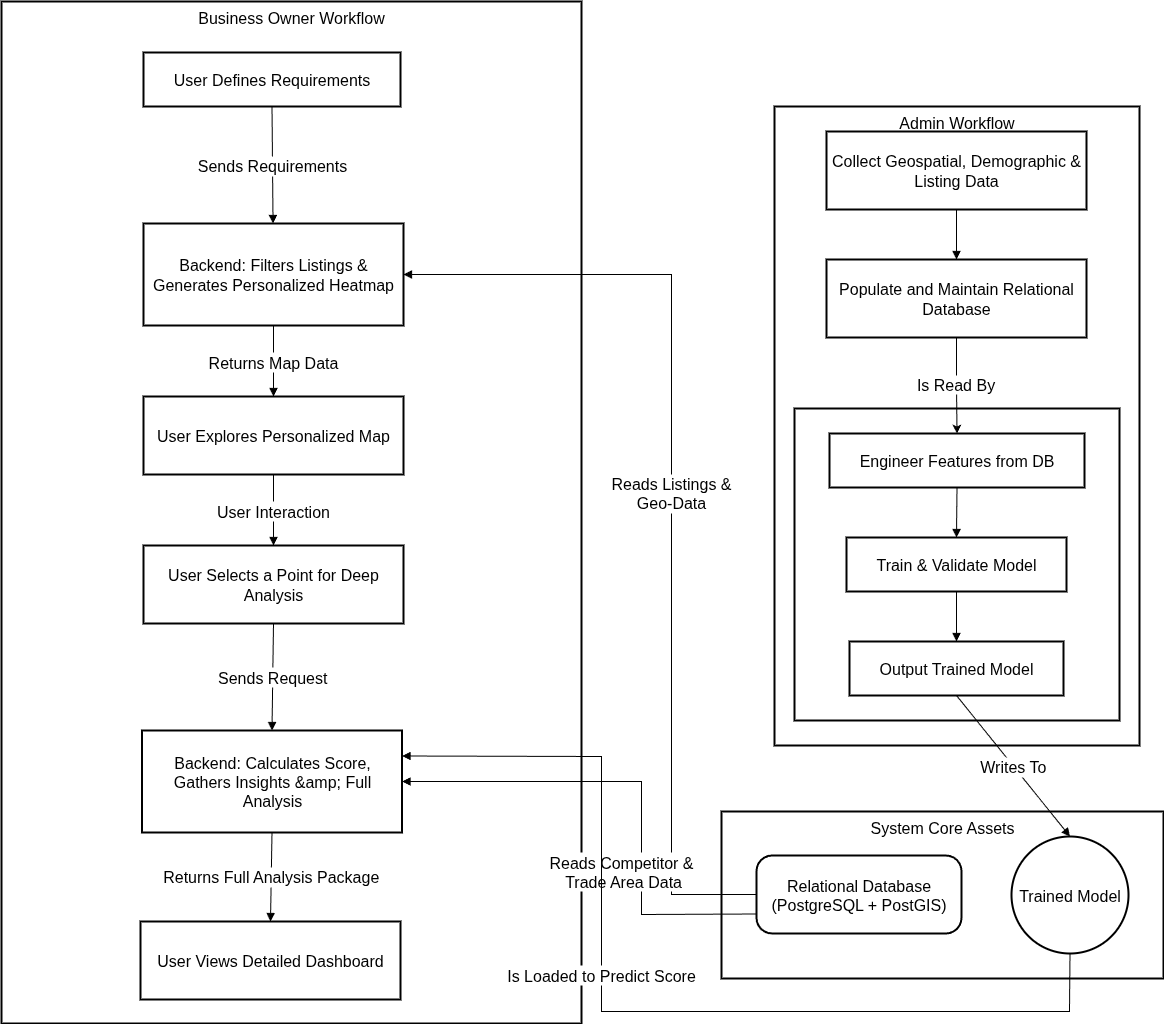
Before: img/WorkflowDiagram.png, a diagram exported from draw.io (Sujalcha7/SiteX_Doc). Source tidied: cells renumbered, new cells last; positions are measured from the earlier drawing's top-left corner, leaving out a move shared by most shapes.
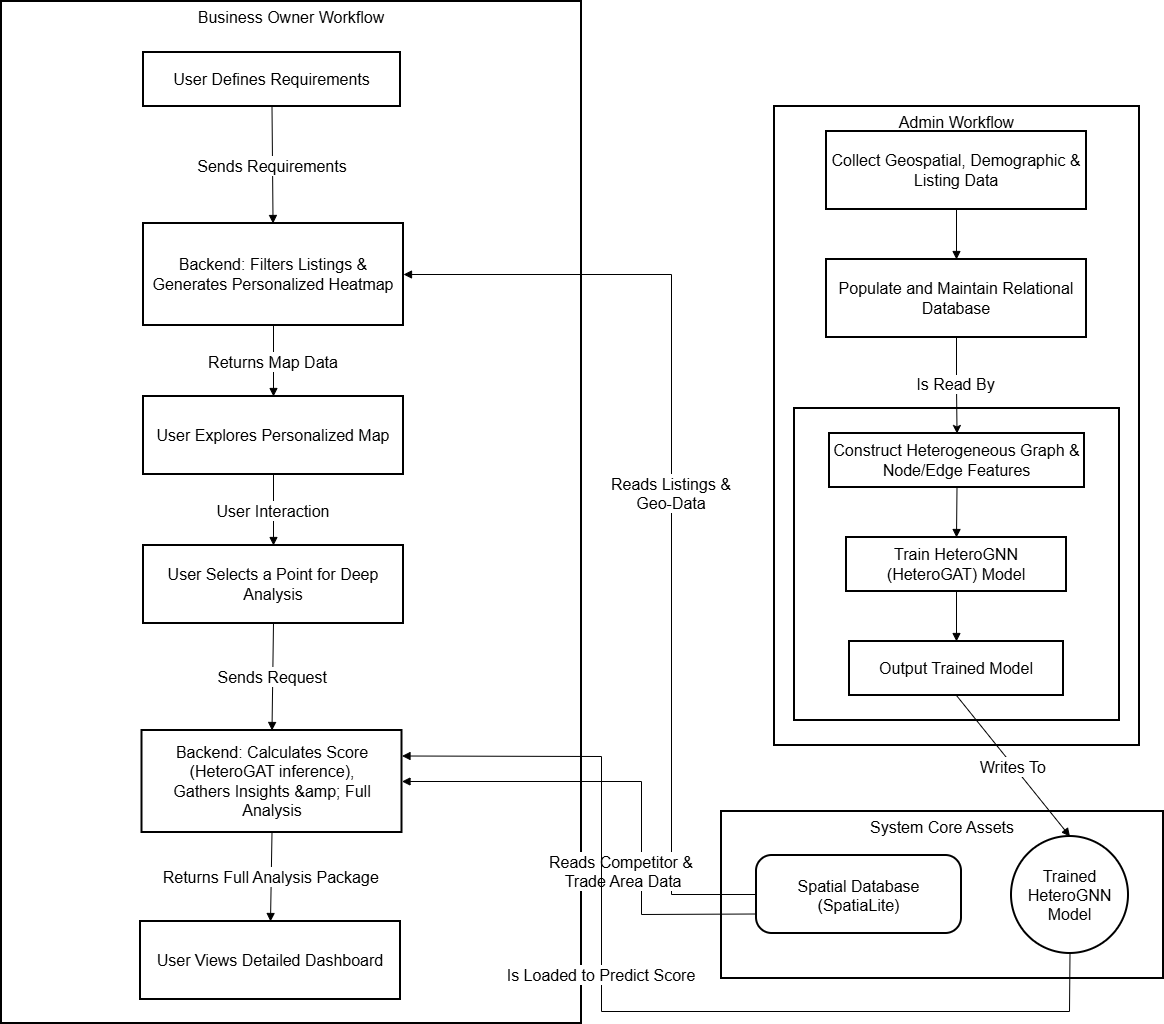
Above is the later version.

Change to the diagram source:
```diff
@@ -14,10 +14,10 @@
     <mxCell id="5" value="ML Pipeline" style="whiteSpace=wrap;strokeWidth=2;fontSize=16;" parent="1" vertex="1">
       <mxGeometry x="793" y="407" width="325" height="312" as="geometry" />
     </mxCell>
-    <mxCell id="6" value="Engineer Features from DB" style="whiteSpace=wrap;strokeWidth=2;fontSize=16;" parent="1" vertex="1">
+    <mxCell id="6" value="Construct Heterogeneous Graph &amp; Node/Edge Features" style="whiteSpace=wrap;strokeWidth=2;fontSize=16;" parent="1" vertex="1">
       <mxGeometry x="828" y="432" width="255" height="54" as="geometry" />
     </mxCell>
-    <mxCell id="7" value="Train &amp; Validate Model" style="whiteSpace=wrap;strokeWidth=2;fontSize=16;" parent="1" vertex="1">
+    <mxCell id="7" value="Train HeteroGNN (HeteroGAT) Model" style="whiteSpace=wrap;strokeWidth=2;fontSize=16;" parent="1" vertex="1">
       <mxGeometry x="845" y="536" width="220" height="54" as="geometry" />
     </mxCell>
     <mxCell id="8" value="Output Trained Model" style="whiteSpace=wrap;strokeWidth=2;fontSize=16;" parent="1" vertex="1">
@@ -35,10 +35,10 @@
     <mxCell id="12" value="Populate and Maintain Relational Database" style="whiteSpace=wrap;strokeWidth=2;fontSize=16;" parent="1" vertex="1">
       <mxGeometry x="825" y="258" width="260" height="78" as="geometry" />
     </mxCell>
-    <mxCell id="13" value="Relational Database&#10;(PostgreSQL + PostGIS)" style="rounded=1;arcSize=20;strokeWidth=2;fontSize=16;" parent="1" vertex="1">
+    <mxCell id="13" value="Spatial Database&#10;(SpatiaLite)" style="rounded=1;arcSize=20;strokeWidth=2;fontSize=16;" parent="1" vertex="1">
       <mxGeometry x="755" y="854" width="205" height="78" as="geometry" />
     </mxCell>
-    <mxCell id="14" value="Trained Model" style="ellipse;strokeWidth=2;whiteSpace=wrap;fontSize=16;" parent="1" vertex="1">
+    <mxCell id="14" value="Trained HeteroGNN Model" style="ellipse;strokeWidth=2;whiteSpace=wrap;fontSize=16;" parent="1" vertex="1">
       <mxGeometry x="1010" y="835" width="117" height="117" as="geometry" />
     </mxCell>
     <mxCell id="15" value="User Defines Requirements" style="whiteSpace=wrap;strokeWidth=2;fontSize=16;" parent="1" vertex="1">
@@ -53,7 +53,7 @@
     <mxCell id="18" value="User Selects a Point for Deep Analysis" style="whiteSpace=wrap;strokeWidth=2;fontSize=16;" parent="1" vertex="1">
       <mxGeometry x="142" y="544" width="260" height="78" as="geometry" />
     </mxCell>
-    <mxCell id="19" value="Backend: Calculates Score,&#10;Gathers Insights &amp;amp; Full Analysis" style="whiteSpace=wrap;strokeWidth=2;fontSize=16;" parent="1" vertex="1">
+    <mxCell id="19" value="Backend: Calculates Score (HeteroGAT inference),&#10;Gathers Insights &amp;amp; Full Analysis" style="whiteSpace=wrap;strokeWidth=2;fontSize=16;" parent="1" vertex="1">
       <mxGeometry x="140.5" y="729" width="260" height="102" as="geometry" />
     </mxCell>
     <mxCell id="20" value="User Views Detailed Dashboard" style="whiteSpace=wrap;strokeWidth=2;fontSize=16;" parent="1" vertex="1">
```
